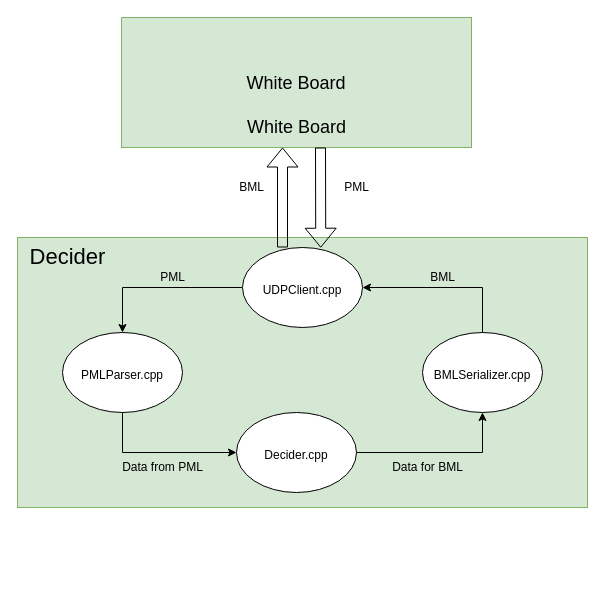
TaranMarec/taranmarec.github.io keeps this draw.io diagram as shema2.drawio. Above is the earlier version. Source tidied: cells renumbered, new cells numbered last; positions are measured from the earlier drawing's top-left corner, leaving out a move shared by most shapes. Both pictures are drawn from the tidied source at 100%, with x=0, y=0 at pixel (17, 17).
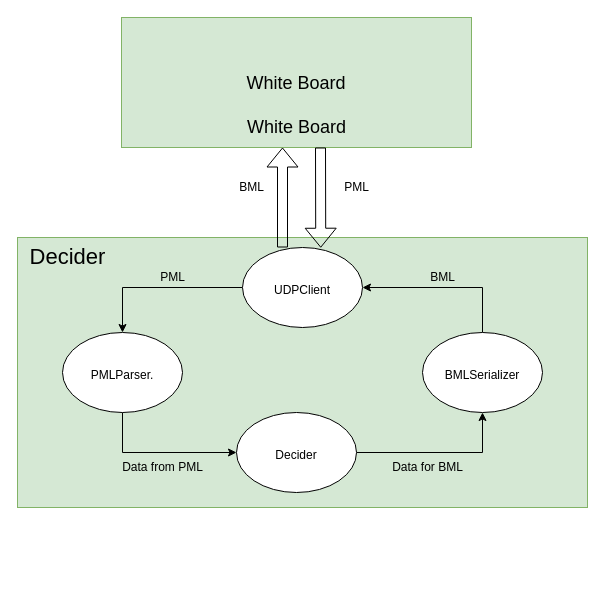
Above is the later version.

What changed in the source:
```diff
@@
-    <mxCell id="13" value="&lt;span style=&quot;font-size: 12px;&quot;&gt;UDPClient.cpp&lt;/span&gt;" style="ellipse;whiteSpace=wrap;html=1;fontSize=22;" parent="1" vertex="1">
+    <mxCell id="13" value="&lt;span style=&quot;font-size: 12px;&quot;&gt;UDPClient&lt;/span&gt;" style="ellipse;whiteSpace=wrap;html=1;fontSize=22;" parent="1" vertex="1">
       <mxGeometry x="225" y="230" width="120" height="80" as="geometry" />
     </mxCell>
@@
-    <mxCell id="15" value="&lt;span style=&quot;font-size: 12px;&quot;&gt;PMLParser.cpp&lt;/span&gt;" style="ellipse;whiteSpace=wrap;html=1;fontSize=22;" parent="1" vertex="1">
+    <mxCell id="15" value="&lt;span style=&quot;font-size: 12px;&quot;&gt;PMLParser.&lt;/span&gt;" style="ellipse;whiteSpace=wrap;html=1;fontSize=22;" parent="1" vertex="1">
       <mxGeometry x="45" y="315" width="120" height="80" as="geometry" />
     </mxCell>
@@
-    <mxCell id="17" value="&lt;span style=&quot;font-size: 12px;&quot;&gt;Decider.cpp&lt;/span&gt;" style="ellipse;whiteSpace=wrap;html=1;fontSize=22;" parent="1" vertex="1">
+    <mxCell id="17" value="&lt;span style=&quot;font-size: 12px;&quot;&gt;Decider&lt;/span&gt;" style="ellipse;whiteSpace=wrap;html=1;fontSize=22;" parent="1" vertex="1">
       <mxGeometry x="219" y="395" width="120" height="80" as="geometry" />
     </mxCell>
@@
-    <mxCell id="19" value="&lt;span style=&quot;font-size: 12px;&quot;&gt;BMLSerializer.cpp&lt;/span&gt;" style="ellipse;whiteSpace=wrap;html=1;fontSize=22;" parent="1" vertex="1">
+    <mxCell id="19" value="&lt;span style=&quot;font-size: 12px;&quot;&gt;BMLSerializer&lt;/span&gt;" style="ellipse;whiteSpace=wrap;html=1;fontSize=22;" parent="1" vertex="1">
       <mxGeometry x="405" y="315" width="120" height="80" as="geometry" />
     </mxCell>
```
